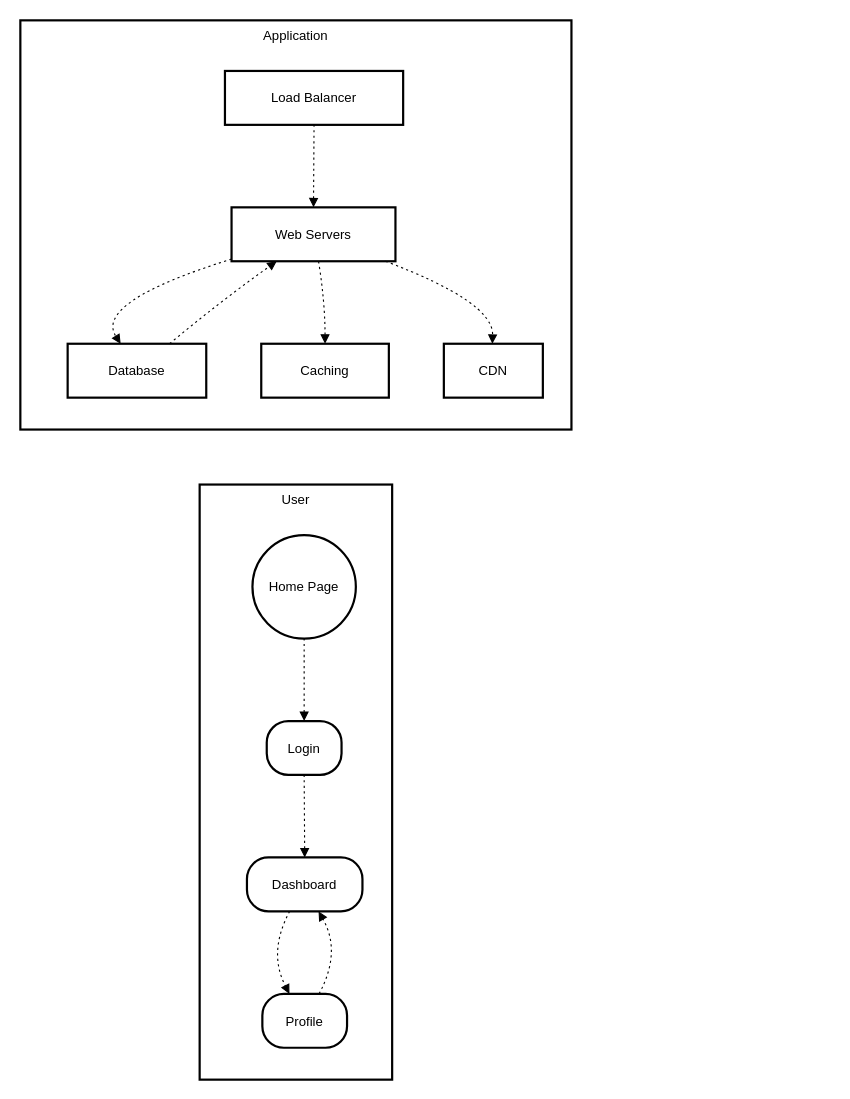
Above: Untitled Diagram.drawio in Theideabased/Theideabased (draw.io), before the change. Source tidied: cells renumbered, new cells numbered last; positions are measured from the earlier drawing's top-left corner, leaving out a move shared by most shapes. Both pictures are drawn from the tidied source at 110%, with x=0, y=0 at pixel (20, 20).
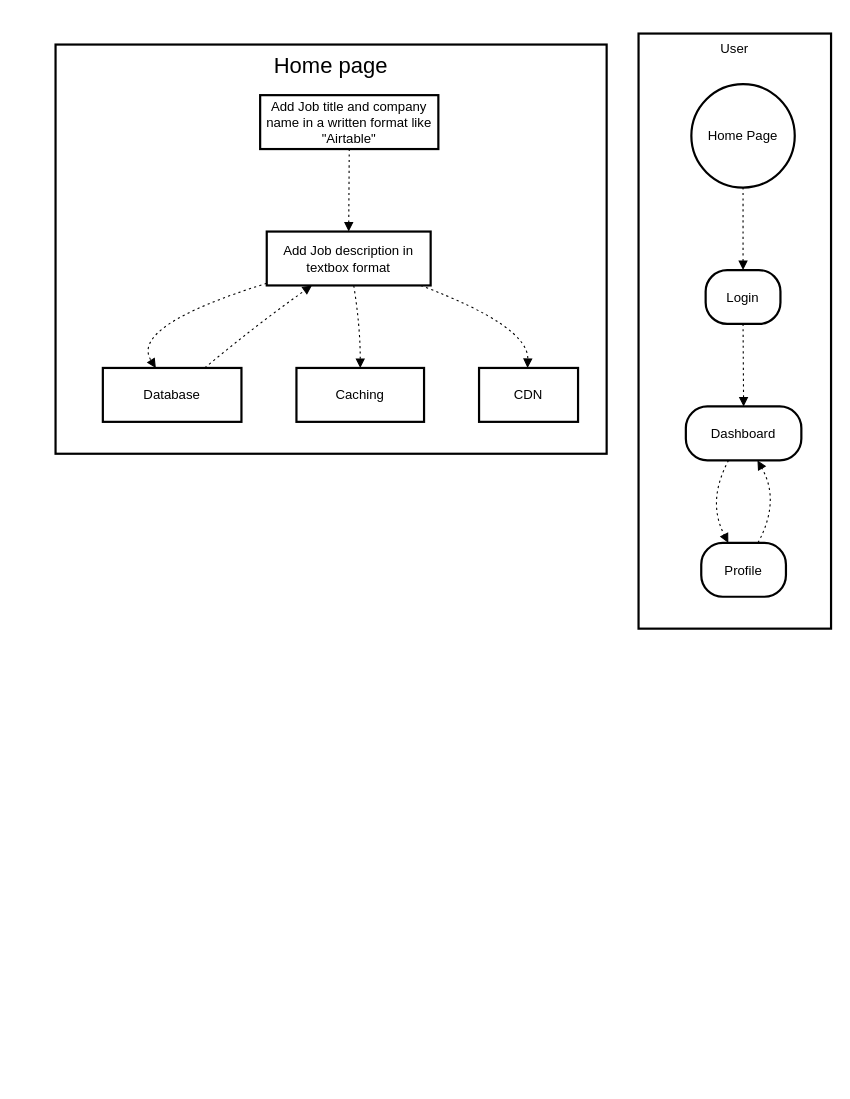
After the change.

What changed in the source:
```diff
@@
-    <mxCell id="2" value="Application" style="whiteSpace=wrap;strokeWidth=2;verticalAlign=top;" parent="1" vertex="1">
-      <mxGeometry width="501" height="372" as="geometry" />
+    <mxCell id="2" value="Home page" style="whiteSpace=wrap;strokeWidth=2;verticalAlign=top;fontSize=20;" parent="1" vertex="1">
+      <mxGeometry x="32" y="22" width="501" height="372" as="geometry" />
     </mxCell>
-    <mxCell id="3" value="Load Balancer" style="whiteSpace=wrap;strokeWidth=2;" parent="2" vertex="1">
+    <mxCell id="3" value="Add Job title and company name in a written format like &quot;Airtable&quot;" style="whiteSpace=wrap;strokeWidth=2;" parent="2" vertex="1">
       <mxGeometry x="186" y="46" width="162" height="49" as="geometry" />
     </mxCell>
-    <mxCell id="4" value="Web Servers" style="whiteSpace=wrap;strokeWidth=2;" parent="2" vertex="1">
+    <mxCell id="4" value="Add Job description in textbox format" style="whiteSpace=wrap;strokeWidth=2;" parent="2" vertex="1">
       <mxGeometry x="192" y="170" width="149" height="49" as="geometry" />
     </mxCell>
@@
     <mxCell id="13" value="User" style="whiteSpace=wrap;strokeWidth=2;verticalAlign=top;" parent="1" vertex="1">
-      <mxGeometry x="163" y="422" width="175" height="541" as="geometry" />
+      <mxGeometry x="562" y="12" width="175" height="541" as="geometry" />
     </mxCell>
```
